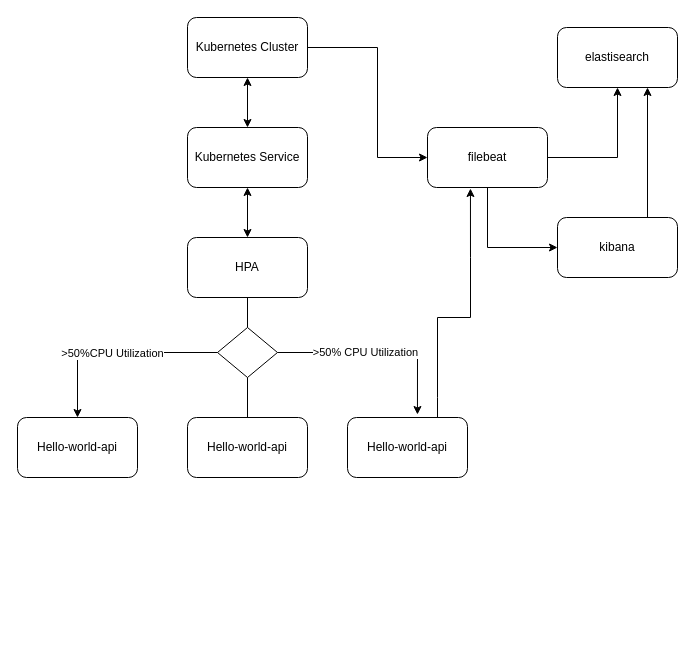
This is Untitled Diagram.drawio from SaiNishanth-cloud/Gridscale-Test, a draw.io file, before an edit. Source tidied: cells renumbered, new cells numbered last; positions are measured from the earlier drawing's top-left corner, leaving out a move shared by most shapes. Both pictures are drawn from the tidied source at 100%, with x=0, y=0 at pixel (17, 17).
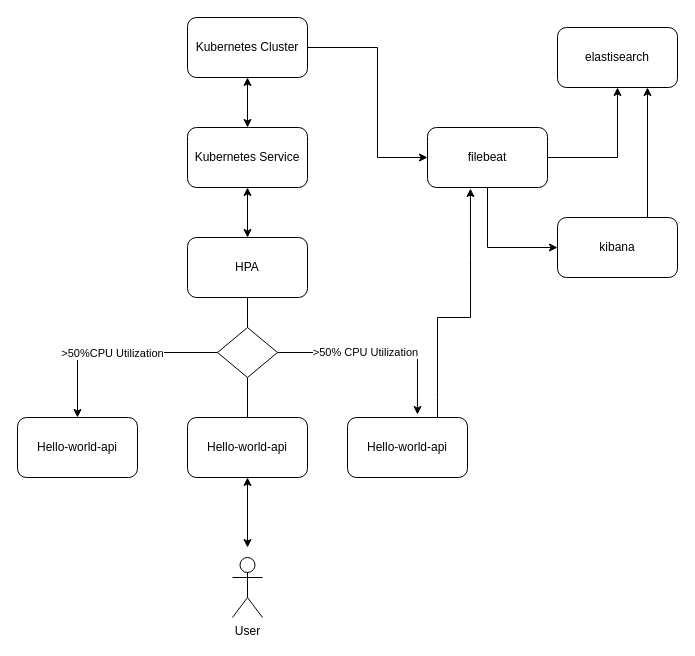
The same page after the edit.

Commit message:
Network-daiagram

The change refers to these unchanged cells:
```xml
<mxCell id="6" value="Hello-world-api" style="rounded=1;whiteSpace=wrap;html=1;" parent="1" vertex="1">
  <mxGeometry x="170" y="400" width="120" height="60" as="geometry" />
</mxCell>
```

Diff of the diagram source:
```diff
@@
+    <mxCell id="25" value="User" style="shape=umlActor;verticalLabelPosition=bottom;verticalAlign=top;html=1;" parent="1" vertex="1">
+      <mxGeometry x="215" y="540" width="30" height="60" as="geometry" />
+    </mxCell>
+    <mxCell id="26" style="endArrow=classic;startArrow=classic;html=1;rounded=0;entryX=0.5;entryY=1;entryDx=0;entryDy=0;" parent="1" edge="1" target="6">
+      <mxGeometry relative="1" as="geometry">
+        <mxPoint x="230" y="530" as="sourcePoint" />
+      </mxGeometry>
+    </mxCell>
```
